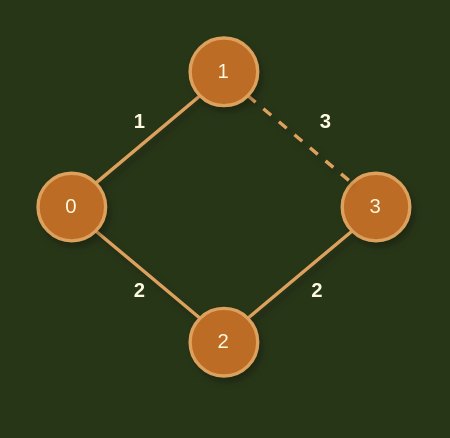
Above: page "Page-3" (3 of 4) of kruskal mst.drawio in pustvts/pustvts-info (draw.io), before the change. Source tidied: cells renumbered, new cells numbered last; positions are measured from the earlier drawing's top-left corner, leaving out a move shared by most shapes. Both pictures are drawn from the tidied source at 169%, with x=0, y=0 at pixel (37, 37).
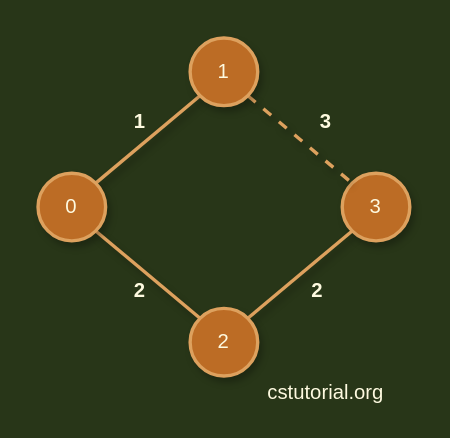
The same page after the edit.

Diff of the diagram source:
```diff
@@
 <mxGraphModel background="#283618">
   <root>
     <mxCell id="0" />
     <mxCell id="1" parent="0" />
     <mxCell id="2" style="edgeStyle=none;rounded=0;jettySize=auto;html=1;exitX=1;exitY=0;exitDx=0;exitDy=0;entryX=0;entryY=1;entryDx=0;entryDy=0;endArrow=none;endFill=0;labelBackgroundColor=#283618;strokeColor=#DDA15E;fontColor=#FEFAE0;strokeWidth=2;shadow=1;" parent="1" edge="1" source="4" target="7">
       <mxGeometry relative="1" as="geometry" />
     </mxCell>
     <mxCell id="3" style="edgeStyle=none;rounded=0;jettySize=auto;html=1;exitX=1;exitY=1;exitDx=0;exitDy=0;entryX=0;entryY=0;entryDx=0;entryDy=0;endArrow=none;endFill=0;labelBackgroundColor=#283618;strokeColor=#DDA15E;fontColor=#FEFAE0;strokeWidth=2;shadow=1;" parent="1" edge="1" source="4" target="9">
       <mxGeometry relative="1" as="geometry" />
     </mxCell>
     <mxCell id="4" value="0" style="ellipse;whiteSpace=wrap;html=1;fillColor=#BC6C25;strokeColor=#DDA15E;fontColor=#FEFAE0;strokeWidth=2;shadow=1;" parent="1" vertex="1">
       <mxGeometry y="80" width="40" height="40" as="geometry" />
     </mxCell>
     <mxCell id="5" value="3" style="ellipse;whiteSpace=wrap;html=1;fillColor=#BC6C25;strokeColor=#DDA15E;fontColor=#FEFAE0;strokeWidth=2;shadow=1;" parent="1" vertex="1">
       <mxGeometry x="180" y="80" width="40" height="40" as="geometry" />
     </mxCell>
     <mxCell id="6" style="edgeStyle=none;rounded=0;jettySize=auto;html=1;exitX=1;exitY=1;exitDx=0;exitDy=0;entryX=0;entryY=0;entryDx=0;entryDy=0;endArrow=none;endFill=0;labelBackgroundColor=#283618;strokeColor=#DDA15E;fontColor=#FEFAE0;strokeWidth=2;shadow=1;dashed=1;" parent="1" edge="1" source="7" target="5">
       <mxGeometry relative="1" as="geometry" />
     </mxCell>
     <mxCell id="7" value="1" style="ellipse;whiteSpace=wrap;html=1;fillColor=#BC6C25;strokeColor=#DDA15E;fontColor=#FEFAE0;strokeWidth=2;shadow=1;" parent="1" vertex="1">
       <mxGeometry x="90" width="40" height="40" as="geometry" />
     </mxCell>
     <mxCell id="8" style="edgeStyle=none;rounded=0;jettySize=auto;html=1;exitX=1;exitY=0;exitDx=0;exitDy=0;entryX=0;entryY=1;entryDx=0;entryDy=0;endArrow=none;endFill=0;labelBackgroundColor=#283618;strokeColor=#DDA15E;fontColor=#FEFAE0;strokeWidth=2;shadow=1;" parent="1" edge="1" source="9" target="5">
       <mxGeometry relative="1" as="geometry" />
     </mxCell>
     <mxCell id="9" value="2" style="ellipse;whiteSpace=wrap;html=1;fillColor=#BC6C25;strokeColor=#DDA15E;fontColor=#FEFAE0;strokeWidth=2;shadow=1;" parent="1" vertex="1">
       <mxGeometry x="90" y="160" width="40" height="40" as="geometry" />
     </mxCell>
     <mxCell id="10" value="1" style="text;html=1;align=center;verticalAlign=middle;strokeColor=none;fillColor=none;fontStyle=1;fontColor=#FEFAE0;strokeWidth=2;shadow=1;" parent="1" vertex="1">
       <mxGeometry x="50" y="40" width="20" height="20" as="geometry" />
     </mxCell>
     <mxCell id="11" value="2" style="text;html=1;align=center;verticalAlign=middle;strokeColor=none;fillColor=none;fontStyle=1;fontColor=#FEFAE0;strokeWidth=2;shadow=1;" parent="1" vertex="1">
       <mxGeometry x="50" y="140" width="20" height="20" as="geometry" />
     </mxCell>
     <mxCell id="12" value="3" style="text;html=1;align=center;verticalAlign=middle;strokeColor=none;fillColor=none;fontStyle=1;fontColor=#FEFAE0;strokeWidth=2;shadow=1;" parent="1" vertex="1">
       <mxGeometry x="160" y="40" width="20" height="20" as="geometry" />
     </mxCell>
     <mxCell id="13" value="2" style="text;html=1;align=center;verticalAlign=middle;strokeColor=none;fillColor=none;fontStyle=1;fontColor=#FEFAE0;strokeWidth=2;shadow=1;" parent="1" vertex="1">
       <mxGeometry x="155" y="140" width="20" height="20" as="geometry" />
     </mxCell>
+    <mxCell id="14" value="cstutorial.org" style="text;html=1;align=center;verticalAlign=middle;strokeColor=none;fillColor=none;fontColor=#FEFAE0;" parent="1" vertex="1">
+      <mxGeometry x="120" y="200" width="100" height="20" as="geometry" />
+    </mxCell>
   </root>
 </mxGraphModel>
```
